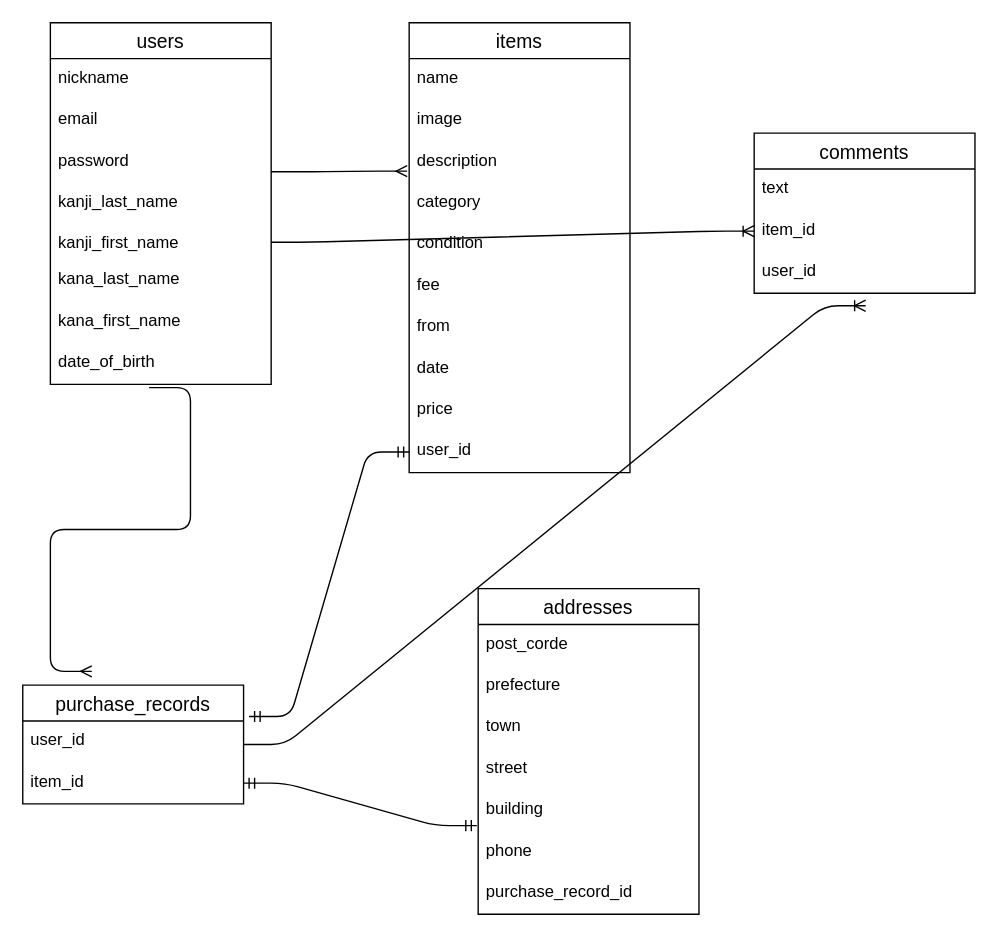
Above: ER.dio in maize1023/furima-38639 (draw.io), before the change. Source tidied: cells renumbered, new cells numbered last; positions are measured from the earlier drawing's top-left corner, leaving out a move shared by most shapes. Both pictures are drawn from the tidied source at 138%, with x=0, y=0 at pixel (22, 22).
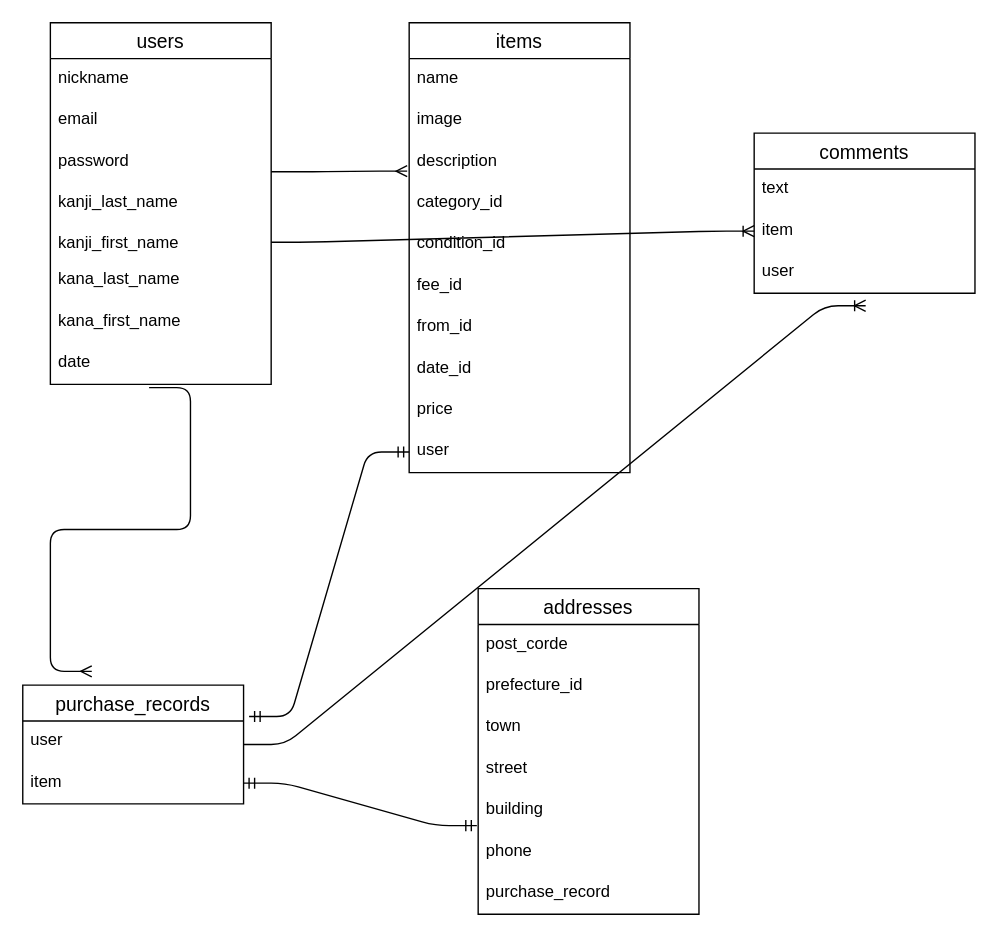
The same page after the edit.

Commit message (it also covers changes not shown here):
ER図・READ.meの修正

The change refers to these unchanged cells:
```xml
<mxCell id="2" value="users" style="swimlane;fontStyle=0;horizontal=1;startSize=26;align=center;fontSize=14;" parent="1" vertex="1">
  <mxGeometry x="20" width="160" height="262" as="geometry" />
</mxCell>
<mxCell id="11" value="items" style="swimlane;fontStyle=0;horizontal=1;startSize=26;align=center;fontSize=14;" parent="1" vertex="1">
  <mxGeometry x="280" width="160" height="326" as="geometry" />
</mxCell>
<mxCell id="22" value="addresses" style="swimlane;fontStyle=0;horizontal=1;startSize=26;align=center;fontSize=14;" parent="1" vertex="1">
  <mxGeometry x="330" y="410" width="160" height="236" as="geometry" />
</mxCell>
<mxCell id="33" value="comments" style="swimlane;fontStyle=0;horizontal=1;startSize=26;align=center;fontSize=14;" parent="1" vertex="1">
  <mxGeometry x="530" y="80" width="160" height="116" as="geometry" />
</mxCell>
<mxCell id="40" value="purchase_records" style="swimlane;fontStyle=0;horizontal=1;startSize=26;align=center;fontSize=14;" parent="1" vertex="1">
  <mxGeometry y="480" width="160" height="86" as="geometry" />
</mxCell>
```

The edit, as a diff of the source:
```diff
@@
-    <mxCell id="10" value="date_of_birth" style="text;strokeColor=none;fillColor=none;spacingLeft=4;spacingRight=4;overflow=hidden;points=[[0,0.5],[1,0.5]];portConstraint=eastwest;fontSize=12;" parent="2" vertex="1">
+    <mxCell id="10" value="date" style="text;strokeColor=none;fillColor=none;spacingLeft=4;spacingRight=4;overflow=hidden;points=[[0,0.5],[1,0.5]];portConstraint=eastwest;fontSize=12;" parent="2" vertex="1">
       <mxGeometry y="232" width="160" height="30" as="geometry" />
     </mxCell>
@@
-    <mxCell id="15" value="category" style="text;strokeColor=none;fillColor=none;spacingLeft=4;spacingRight=4;overflow=hidden;points=[[0,0.5],[1,0.5]];portConstraint=eastwest;fontSize=12;" parent="11" vertex="1">
+    <mxCell id="15" value="category_id" style="text;strokeColor=none;fillColor=none;spacingLeft=4;spacingRight=4;overflow=hidden;points=[[0,0.5],[1,0.5]];portConstraint=eastwest;fontSize=12;" parent="11" vertex="1">
       <mxGeometry y="116" width="160" height="30" as="geometry" />
     </mxCell>
-    <mxCell id="16" value="condition" style="text;strokeColor=none;fillColor=none;spacingLeft=4;spacingRight=4;overflow=hidden;fontSize=12;" parent="11" vertex="1">
+    <mxCell id="16" value="condition_id" style="text;strokeColor=none;fillColor=none;spacingLeft=4;spacingRight=4;overflow=hidden;fontSize=12;" parent="11" vertex="1">
       <mxGeometry y="146" width="160" height="30" as="geometry" />
     </mxCell>
-    <mxCell id="17" value="fee" style="text;strokeColor=none;fillColor=none;spacingLeft=4;spacingRight=4;overflow=hidden;fontSize=12;" parent="11" vertex="1">
+    <mxCell id="17" value="fee_id" style="text;strokeColor=none;fillColor=none;spacingLeft=4;spacingRight=4;overflow=hidden;fontSize=12;" parent="11" vertex="1">
       <mxGeometry y="176" width="160" height="30" as="geometry" />
     </mxCell>
-    <mxCell id="18" value="from" style="text;strokeColor=none;fillColor=none;spacingLeft=4;spacingRight=4;overflow=hidden;fontSize=12;" parent="11" vertex="1">
+    <mxCell id="18" value="from_id" style="text;strokeColor=none;fillColor=none;spacingLeft=4;spacingRight=4;overflow=hidden;fontSize=12;" parent="11" vertex="1">
       <mxGeometry y="206" width="160" height="30" as="geometry" />
     </mxCell>
-    <mxCell id="19" value="date" style="text;strokeColor=none;fillColor=none;spacingLeft=4;spacingRight=4;overflow=hidden;fontSize=12;" parent="11" vertex="1">
+    <mxCell id="19" value="date_id" style="text;strokeColor=none;fillColor=none;spacingLeft=4;spacingRight=4;overflow=hidden;fontSize=12;" parent="11" vertex="1">
       <mxGeometry y="236" width="160" height="30" as="geometry" />
     </mxCell>
@@
-    <mxCell id="21" value="user_id" style="text;strokeColor=none;fillColor=none;spacingLeft=4;spacingRight=4;overflow=hidden;points=[[0,0.5],[1,0.5]];portConstraint=eastwest;fontSize=12;" parent="11" vertex="1">
+    <mxCell id="21" value="user" style="text;strokeColor=none;fillColor=none;spacingLeft=4;spacingRight=4;overflow=hidden;points=[[0,0.5],[1,0.5]];portConstraint=eastwest;fontSize=12;" parent="11" vertex="1">
       <mxGeometry y="296" width="160" height="30" as="geometry" />
     </mxCell>
@@
-    <mxCell id="24" value="prefecture" style="text;strokeColor=none;fillColor=none;spacingLeft=4;spacingRight=4;overflow=hidden;fontSize=12;" parent="22" vertex="1">
+    <mxCell id="24" value="prefecture_id" style="text;strokeColor=none;fillColor=none;spacingLeft=4;spacingRight=4;overflow=hidden;fontSize=12;" parent="22" vertex="1">
       <mxGeometry y="56" width="160" height="30" as="geometry" />
     </mxCell>
@@
-    <mxCell id="29" value="purchase_record_id" style="text;strokeColor=none;fillColor=none;spacingLeft=4;spacingRight=4;overflow=hidden;fontSize=12;" parent="22" vertex="1">
+    <mxCell id="29" value="purchase_record" style="text;strokeColor=none;fillColor=none;spacingLeft=4;spacingRight=4;overflow=hidden;fontSize=12;" parent="22" vertex="1">
       <mxGeometry y="206" width="160" height="30" as="geometry" />
     </mxCell>
@@
-    <mxCell id="35" value="item_id" style="text;strokeColor=none;fillColor=none;spacingLeft=4;spacingRight=4;overflow=hidden;points=[[0,0.5],[1,0.5]];portConstraint=eastwest;fontSize=12;" parent="33" vertex="1">
+    <mxCell id="35" value="item" style="text;strokeColor=none;fillColor=none;spacingLeft=4;spacingRight=4;overflow=hidden;points=[[0,0.5],[1,0.5]];portConstraint=eastwest;fontSize=12;" parent="33" vertex="1">
       <mxGeometry y="56" width="160" height="30" as="geometry" />
     </mxCell>
-    <mxCell id="36" value="user_id" style="text;strokeColor=none;fillColor=none;spacingLeft=4;spacingRight=4;overflow=hidden;points=[[0,0.5],[1,0.5]];portConstraint=eastwest;fontSize=12;" parent="33" vertex="1">
+    <mxCell id="36" value="user" style="text;strokeColor=none;fillColor=none;spacingLeft=4;spacingRight=4;overflow=hidden;points=[[0,0.5],[1,0.5]];portConstraint=eastwest;fontSize=12;" parent="33" vertex="1">
       <mxGeometry y="86" width="160" height="30" as="geometry" />
     </mxCell>
@@
-    <mxCell id="41" value="user_id" style="text;strokeColor=none;fillColor=none;spacingLeft=4;spacingRight=4;overflow=hidden;points=[[0,0.5],[1,0.5]];portConstraint=eastwest;fontSize=12;" parent="40" vertex="1">
+    <mxCell id="41" value="user" style="text;strokeColor=none;fillColor=none;spacingLeft=4;spacingRight=4;overflow=hidden;points=[[0,0.5],[1,0.5]];portConstraint=eastwest;fontSize=12;" parent="40" vertex="1">
       <mxGeometry y="26" width="160" height="30" as="geometry" />
     </mxCell>
-    <mxCell id="42" value="item_id" style="text;strokeColor=none;fillColor=none;spacingLeft=4;spacingRight=4;overflow=hidden;points=[[0,0.5],[1,0.5]];portConstraint=eastwest;fontSize=12;" parent="40" vertex="1">
+    <mxCell id="42" value="item" style="text;strokeColor=none;fillColor=none;spacingLeft=4;spacingRight=4;overflow=hidden;points=[[0,0.5],[1,0.5]];portConstraint=eastwest;fontSize=12;" parent="40" vertex="1">
       <mxGeometry y="56" width="160" height="30" as="geometry" />
     </mxCell>
```
